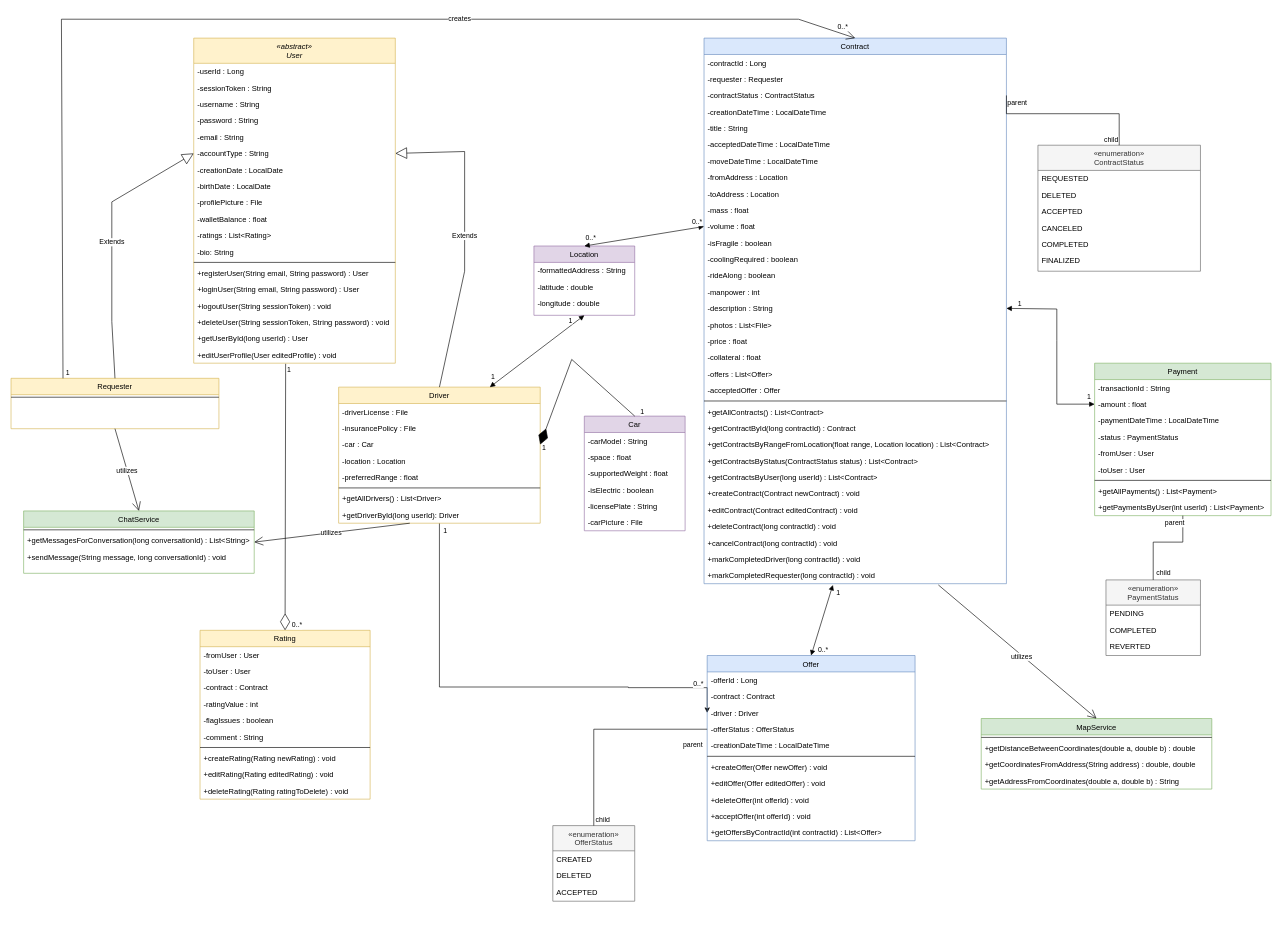
Earlier version of the draw.io diagram sopra_group_39_class_diagram.drawio (itsmaxjeffrey/sopra-fs25-group-39-server). Source tidied: cells renumbered, new cells numbered last; positions are measured from the earlier drawing's top-left corner, leaving out a move shared by most shapes. Both pictures are drawn from the tidied source at 63%, with x=0, y=0 at pixel (11, 19).
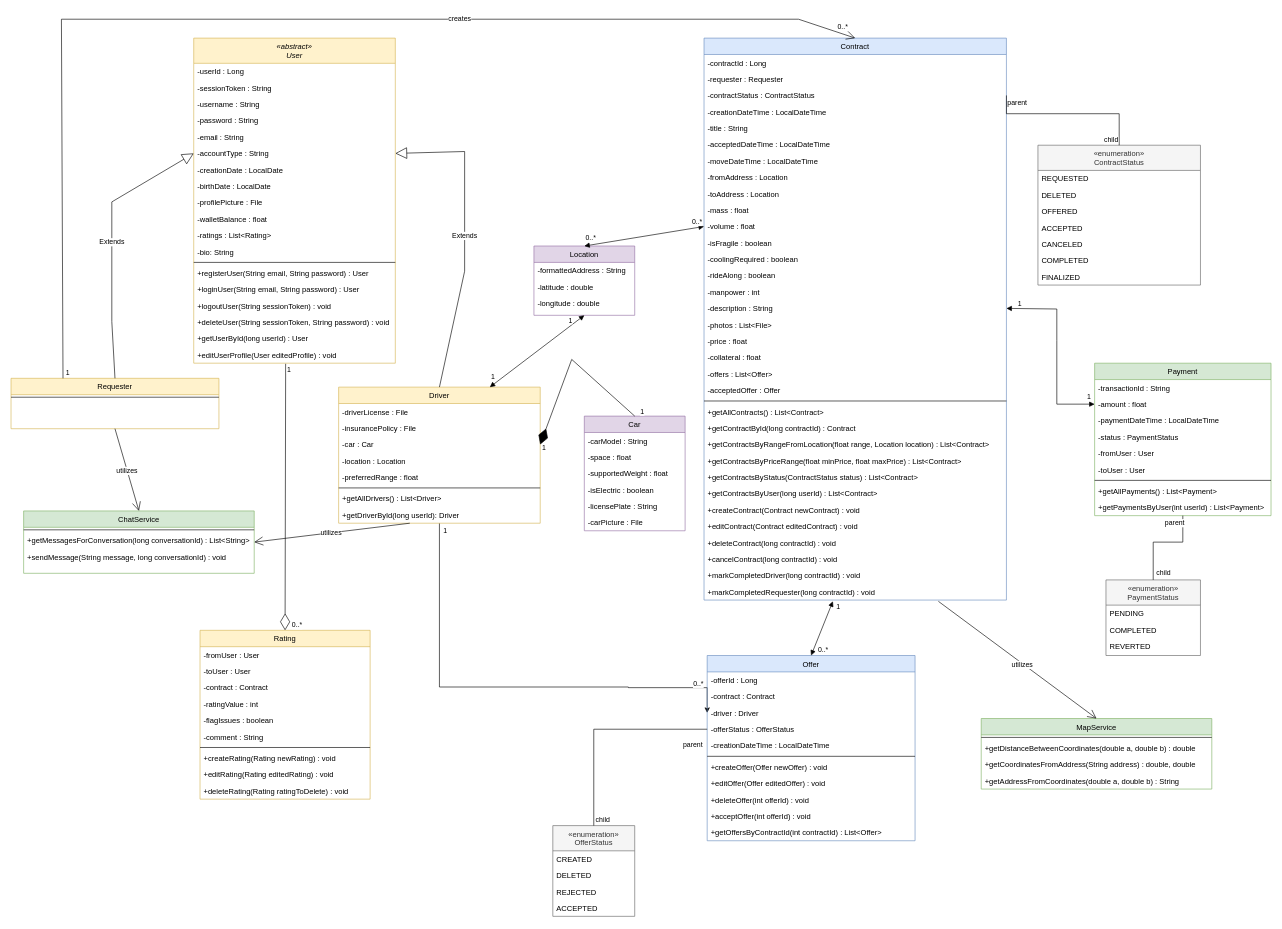
Above is the later version.

Commit message:
added OFFERED status to Contracts, added REJECTED status to offers, added some methods

The edit, as a diff of the source:
```diff
@@
     <mxCell id="34" value="Contract" style="swimlane;fontStyle=0;align=center;verticalAlign=top;horizontal=1;startSize=26;rounded=0;shadow=0;strokeWidth=1;fillColor=#dae8fc;strokeColor=#6c8ebf;" parent="1" vertex="1">
-      <mxGeometry x="1100" y="30" width="480" height="866" as="geometry" />
+      <mxGeometry x="1100" y="30" width="480" height="892" as="geometry" />
     </mxCell>
@@
+    <mxCell id="178" value="+getContractsByPriceRange(float minPrice, float maxPrice) : List&lt;Contract&gt;" style="text;align=left;verticalAlign=top;spacingLeft=4;spacingRight=4;overflow=hidden;rounded=0;shadow=0;html=0;" parent="34" vertex="1">
+      <mxGeometry y="658" width="480" height="26" as="geometry" />
+    </mxCell>
     <mxCell id="60" value="+getContractsByStatus(ContractStatus status) : List&lt;Contract&gt;" style="text;align=left;verticalAlign=top;spacingLeft=4;spacingRight=4;overflow=hidden;rounded=0;shadow=0;html=0;" parent="34" vertex="1">
-      <mxGeometry y="658" width="480" height="26" as="geometry" />
+      <mxGeometry y="684" width="480" height="26" as="geometry" />
     </mxCell>
     <mxCell id="61" value="+getContractsByUser(long userId) : List&lt;Contract&gt;" style="text;align=left;verticalAlign=top;spacingLeft=4;spacingRight=4;overflow=hidden;rounded=0;shadow=0;html=0;" parent="34" vertex="1">
-      <mxGeometry y="684" width="480" height="26" as="geometry" />
+      <mxGeometry y="710" width="480" height="26" as="geometry" />
     </mxCell>
     <mxCell id="62" value="+createContract(Contract newContract) : void" style="text;align=left;verticalAlign=top;spacingLeft=4;spacingRight=4;overflow=hidden;rounded=0;shadow=0;html=0;" parent="34" vertex="1">
-      <mxGeometry y="710" width="480" height="26" as="geometry" />
+      <mxGeometry y="736" width="480" height="26" as="geometry" />
     </mxCell>
     <mxCell id="63" value="+editContract(Contract editedContract) : void" style="text;align=left;verticalAlign=top;spacingLeft=4;spacingRight=4;overflow=hidden;rounded=0;shadow=0;html=0;" parent="34" vertex="1">
-      <mxGeometry y="736" width="480" height="26" as="geometry" />
+      <mxGeometry y="762" width="480" height="26" as="geometry" />
     </mxCell>
     <mxCell id="64" value="+deleteContract(long contractId) : void" style="text;align=left;verticalAlign=top;spacingLeft=4;spacingRight=4;overflow=hidden;rounded=0;shadow=0;html=0;" parent="34" vertex="1">
-      <mxGeometry y="762" width="480" height="26" as="geometry" />
+      <mxGeometry y="788" width="480" height="26" as="geometry" />
     </mxCell>
     <mxCell id="65" value="+cancelContract(long contractId) : void" style="text;align=left;verticalAlign=top;spacingLeft=4;spacingRight=4;overflow=hidden;rounded=0;shadow=0;html=0;" parent="34" vertex="1">
-      <mxGeometry y="788" width="480" height="26" as="geometry" />
+      <mxGeometry y="814" width="480" height="26" as="geometry" />
     </mxCell>
     <mxCell id="66" value="+markCompletedDriver(long contractId) : void" style="text;align=left;verticalAlign=top;spacingLeft=4;spacingRight=4;overflow=hidden;rounded=0;shadow=0;html=0;" parent="34" vertex="1">
-      <mxGeometry y="814" width="480" height="26" as="geometry" />
+      <mxGeometry y="840" width="480" height="26" as="geometry" />
     </mxCell>
     <mxCell id="67" value="+markCompletedRequester(long contractId) : void" style="text;align=left;verticalAlign=top;spacingLeft=4;spacingRight=4;overflow=hidden;points=[[0,0.5],[1,0.5]];portConstraint=eastwest;rounded=0;shadow=0;html=0;" parent="34" vertex="1">
-      <mxGeometry y="840" width="480" height="26" as="geometry" />
+      <mxGeometry y="866" width="480" height="26" as="geometry" />
     </mxCell>
     <mxCell id="68" value="«enumeration»&#10;ContractStatus" style="swimlane;fontStyle=0;align=center;verticalAlign=top;horizontal=1;startSize=40;rounded=0;shadow=0;strokeWidth=1;fillColor=#f5f5f5;fontColor=#333333;strokeColor=#666666;" parent="1" vertex="1">
-      <mxGeometry x="1630" y="200" width="258" height="200" as="geometry" />
+      <mxGeometry x="1630" y="200" width="258" height="222" as="geometry" />
     </mxCell>
@@
+    <mxCell id="179" value="OFFERED" style="text;align=left;verticalAlign=top;spacingLeft=4;spacingRight=4;overflow=hidden;" parent="68" vertex="1">
+      <mxGeometry y="92" width="258" height="26" as="geometry" />
+    </mxCell>
     <mxCell id="71" value="ACCEPTED" style="text;align=left;verticalAlign=top;spacingLeft=4;spacingRight=4;overflow=hidden;" parent="68" vertex="1">
-      <mxGeometry y="92" width="258" height="26" as="geometry" />
+      <mxGeometry y="118" width="258" height="26" as="geometry" />
     </mxCell>
     <mxCell id="72" value="CANCELED" style="text;align=left;verticalAlign=top;spacingLeft=4;spacingRight=4;overflow=hidden;" parent="68" vertex="1">
-      <mxGeometry y="118" width="258" height="26" as="geometry" />
+      <mxGeometry y="144" width="258" height="26" as="geometry" />
     </mxCell>
     <mxCell id="73" value="COMPLETED" style="text;align=left;verticalAlign=top;spacingLeft=4;spacingRight=4;overflow=hidden;" parent="68" vertex="1">
-      <mxGeometry y="144" width="258" height="26" as="geometry" />
+      <mxGeometry y="170" width="258" height="26" as="geometry" />
     </mxCell>
     <mxCell id="74" value="FINALIZED" style="text;align=left;verticalAlign=top;spacingLeft=4;spacingRight=4;overflow=hidden;" parent="68" vertex="1">
-      <mxGeometry y="170" width="258" height="26" as="geometry" />
+      <mxGeometry y="196" width="258" height="26" as="geometry" />
     </mxCell>
@@
     <mxCell id="91" value="«enumeration»&#10;OfferStatus" style="swimlane;fontStyle=0;align=center;verticalAlign=top;horizontal=1;startSize=40;rounded=0;shadow=0;strokeWidth=1;fillColor=#f5f5f5;strokeColor=#666666;fontColor=#333333;" parent="1" vertex="1">
-      <mxGeometry x="860" y="1280" width="130" height="120" as="geometry" />
+      <mxGeometry x="860" y="1280" width="130" height="144" as="geometry" />
     </mxCell>
@@
+    <mxCell id="180" value="REJECTED" style="text;align=left;verticalAlign=top;spacingLeft=4;spacingRight=4;overflow=hidden;" parent="91" vertex="1">
+      <mxGeometry y="92" width="130" height="26" as="geometry" />
+    </mxCell>
     <mxCell id="94" value="ACCEPTED" style="text;align=left;verticalAlign=top;spacingLeft=4;spacingRight=4;overflow=hidden;" parent="91" vertex="1">
-      <mxGeometry y="92" width="130" height="26" as="geometry" />
+      <mxGeometry y="118" width="130" height="26" as="geometry" />
     </mxCell>
@@
     <mxCell id="134" value="1" style="edgeLabel;html=1;align=center;verticalAlign=middle;" parent="1" vertex="1">
-      <mxGeometry x="1243" y="899" as="geometry">
+      <mxGeometry x="1243" y="922" as="geometry">
         <mxPoint x="69" y="10" as="offset" />
       </mxGeometry>
     </mxCell>
```
